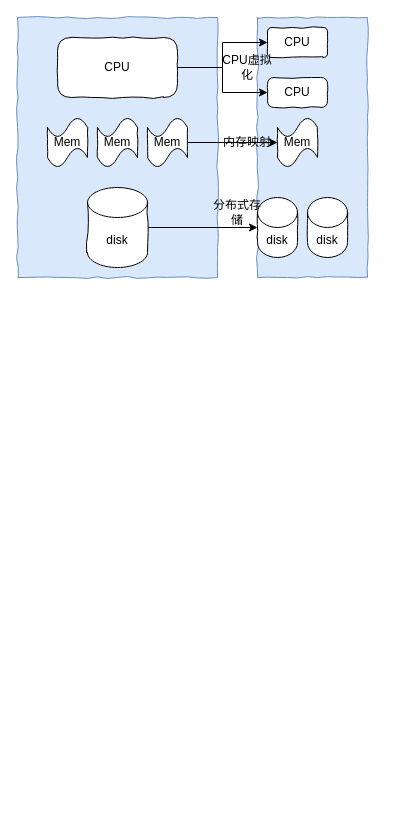
This is 计算.drawio from koka-go/blogs, a draw.io file, before an edit. Source tidied: cells renumbered, new cells numbered last; positions are measured from the earlier drawing's top-left corner, leaving out a move shared by most shapes. Both pictures are drawn from the tidied source at 100%, with x=0, y=0 at pixel (17, 17).
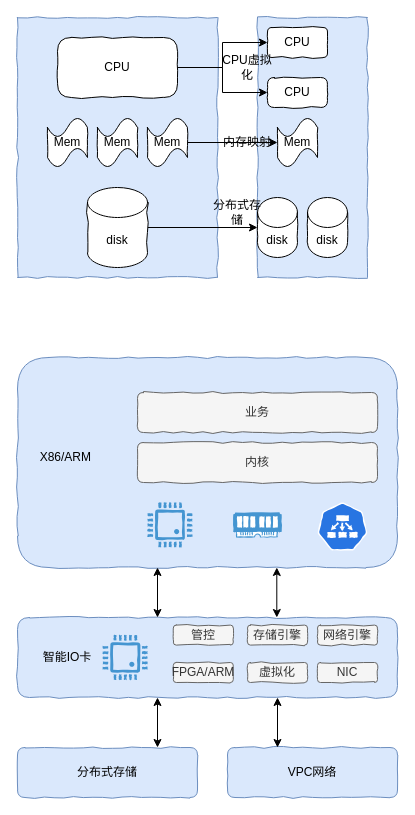
Above is the later version.

Diff of the diagram source:
```diff
@@
+    <mxCell id="21" style="rounded=1;whiteSpace=wrap;html=1;comic=1;strokeColor=#6c8ebf;align=center;verticalAlign=middle;fontFamily=Helvetica;fontSize=12;fillColor=#dae8fc;" parent="1" vertex="1">
+      <mxGeometry y="340" width="380" height="210" as="geometry" />
+    </mxCell>
@@
+    <mxCell id="22" value="业务" style="rounded=1;whiteSpace=wrap;html=1;comic=1;fillColor=#f5f5f5;fontColor=#333333;strokeColor=#666666;" parent="1" vertex="1">
+      <mxGeometry x="120" y="375" width="240" height="40" as="geometry" />
+    </mxCell>
+    <mxCell id="23" value="内核" style="rounded=1;whiteSpace=wrap;html=1;comic=1;fillColor=#f5f5f5;fontColor=#333333;strokeColor=#666666;" parent="1" vertex="1">
+      <mxGeometry x="120" y="425" width="240" height="40" as="geometry" />
+    </mxCell>
+    <mxCell id="24" style="shadow=0;dashed=0;html=1;strokeColor=none;fillColor=#4495D1;labelPosition=center;verticalLabelPosition=bottom;verticalAlign=top;align=center;shape=mxgraph.veeam.cpu;rounded=1;comic=1;fontFamily=Helvetica;fontSize=12;fontColor=default;" parent="1" vertex="1">
+      <mxGeometry x="130" y="485" width="44.8" height="44.8" as="geometry" />
+    </mxCell>
+    <mxCell id="25" style="shadow=0;dashed=0;html=1;strokeColor=none;fillColor=#4495D1;labelPosition=center;verticalLabelPosition=bottom;verticalAlign=top;align=center;shape=mxgraph.veeam.ram;rounded=1;comic=1;fontFamily=Helvetica;fontSize=12;fontColor=default;" parent="1" vertex="1">
+      <mxGeometry x="215.8" y="494.8" width="48.4" height="25.2" as="geometry" />
+    </mxCell>
+    <mxCell id="26" style="sketch=0;html=1;dashed=0;whitespace=wrap;fillColor=#2875E2;strokeColor=#ffffff;verticalLabelPosition=bottom;align=center;verticalAlign=top;shape=mxgraph.kubernetes.icon;prIcon=ep;rounded=1;comic=1;fontFamily=Helvetica;fontSize=12;fontColor=default;" parent="1" vertex="1">
+      <mxGeometry x="300" y="485" width="50" height="48" as="geometry" />
+    </mxCell>
+    <mxCell id="27" style="rounded=1;whiteSpace=wrap;html=1;comic=1;strokeColor=#6c8ebf;align=center;verticalAlign=middle;fontFamily=Helvetica;fontSize=12;fillColor=#dae8fc;" parent="1" vertex="1">
+      <mxGeometry y="600" width="380" height="80" as="geometry" />
+    </mxCell>
+    <mxCell id="28" value="X86/ARM&amp;nbsp;" style="text;html=1;strokeColor=none;fillColor=none;align=center;verticalAlign=middle;whiteSpace=wrap;rounded=0;fontSize=12;fontFamily=Helvetica;fontColor=default;" parent="1" vertex="1">
+      <mxGeometry x="20" y="425" width="60" height="30" as="geometry" />
+    </mxCell>
+    <mxCell id="29" value="智能IO卡" style="text;html=1;strokeColor=none;fillColor=none;align=center;verticalAlign=middle;whiteSpace=wrap;rounded=0;fontSize=12;fontFamily=Helvetica;fontColor=default;" parent="1" vertex="1">
+      <mxGeometry x="20" y="625" width="60" height="30" as="geometry" />
+    </mxCell>
+    <mxCell id="30" style="shadow=0;dashed=0;html=1;strokeColor=none;fillColor=#4495D1;labelPosition=center;verticalLabelPosition=bottom;verticalAlign=top;align=center;shape=mxgraph.veeam.cpu;rounded=1;comic=1;fontFamily=Helvetica;fontSize=12;fontColor=default;" parent="1" vertex="1">
+      <mxGeometry x="85.2" y="617.6" width="44.8" height="44.8" as="geometry" />
+    </mxCell>
+    <mxCell id="31" value="管控" style="rounded=1;whiteSpace=wrap;html=1;comic=1;fillColor=#f5f5f5;fontColor=#333333;strokeColor=#666666;" parent="1" vertex="1">
+      <mxGeometry x="155.8" y="607.6" width="60" height="20" as="geometry" />
+    </mxCell>
+    <mxCell id="32" value="存储引擎" style="rounded=1;whiteSpace=wrap;html=1;comic=1;fillColor=#f5f5f5;fontColor=#333333;strokeColor=#666666;" parent="1" vertex="1">
+      <mxGeometry x="230" y="607.6" width="60" height="20" as="geometry" />
+    </mxCell>
+    <mxCell id="33" value="网络引擎" style="rounded=1;whiteSpace=wrap;html=1;comic=1;fillColor=#f5f5f5;fontColor=#333333;strokeColor=#666666;" parent="1" vertex="1">
+      <mxGeometry x="300" y="607.6" width="60" height="20" as="geometry" />
+    </mxCell>
+    <mxCell id="34" value="FPGA/ARM" style="rounded=1;whiteSpace=wrap;html=1;comic=1;fillColor=#f5f5f5;fontColor=#333333;strokeColor=#666666;" parent="1" vertex="1">
+      <mxGeometry x="155.8" y="645" width="60" height="20" as="geometry" />
+    </mxCell>
+    <mxCell id="35" value="虚拟化" style="rounded=1;whiteSpace=wrap;html=1;comic=1;fillColor=#f5f5f5;fontColor=#333333;strokeColor=#666666;" parent="1" vertex="1">
+      <mxGeometry x="230" y="645" width="60" height="20" as="geometry" />
+    </mxCell>
+    <mxCell id="36" value="NIC" style="rounded=1;whiteSpace=wrap;html=1;comic=1;fillColor=#f5f5f5;fontColor=#333333;strokeColor=#666666;" parent="1" vertex="1">
+      <mxGeometry x="300" y="645" width="60" height="20" as="geometry" />
+    </mxCell>
+    <mxCell id="37" value="分布式存储" style="rounded=1;whiteSpace=wrap;html=1;comic=1;strokeColor=#6c8ebf;align=center;verticalAlign=middle;fontFamily=Helvetica;fontSize=12;fillColor=#dae8fc;" parent="1" vertex="1">
+      <mxGeometry y="730" width="180" height="50" as="geometry" />
+    </mxCell>
+    <mxCell id="38" value="VPC网络" style="rounded=1;whiteSpace=wrap;html=1;comic=1;strokeColor=#6c8ebf;align=center;verticalAlign=middle;fontFamily=Helvetica;fontSize=12;fillColor=#dae8fc;" parent="1" vertex="1">
+      <mxGeometry x="210" y="730" width="170" height="50" as="geometry" />
+    </mxCell>
+    <mxCell id="39" style="endArrow=classic;startArrow=classic;html=1;rounded=0;fontFamily=Helvetica;fontSize=12;fontColor=default;" parent="1" edge="1">
+      <mxGeometry relative="1" as="geometry">
+        <mxPoint x="140" y="600" as="sourcePoint" />
+        <mxPoint x="140" y="550" as="targetPoint" />
+      </mxGeometry>
+    </mxCell>
+    <mxCell id="40" style="endArrow=classic;startArrow=classic;html=1;rounded=0;fontFamily=Helvetica;fontSize=12;fontColor=default;" parent="1" edge="1">
+      <mxGeometry relative="1" as="geometry">
+        <mxPoint x="259.3" y="600" as="sourcePoint" />
+        <mxPoint x="259.3" y="550" as="targetPoint" />
+      </mxGeometry>
+    </mxCell>
+    <mxCell id="41" style="endArrow=classic;startArrow=classic;html=1;rounded=0;fontFamily=Helvetica;fontSize=12;fontColor=default;" parent="1" edge="1">
+      <mxGeometry relative="1" as="geometry">
+        <mxPoint x="140" y="730" as="sourcePoint" />
+        <mxPoint x="140" y="680" as="targetPoint" />
+      </mxGeometry>
+    </mxCell>
+    <mxCell id="42" style="endArrow=classic;startArrow=classic;html=1;rounded=0;fontFamily=Helvetica;fontSize=12;fontColor=default;" parent="1" edge="1">
+      <mxGeometry relative="1" as="geometry">
+        <mxPoint x="260" y="730" as="sourcePoint" />
+        <mxPoint x="260" y="680" as="targetPoint" />
+      </mxGeometry>
+    </mxCell>
```
